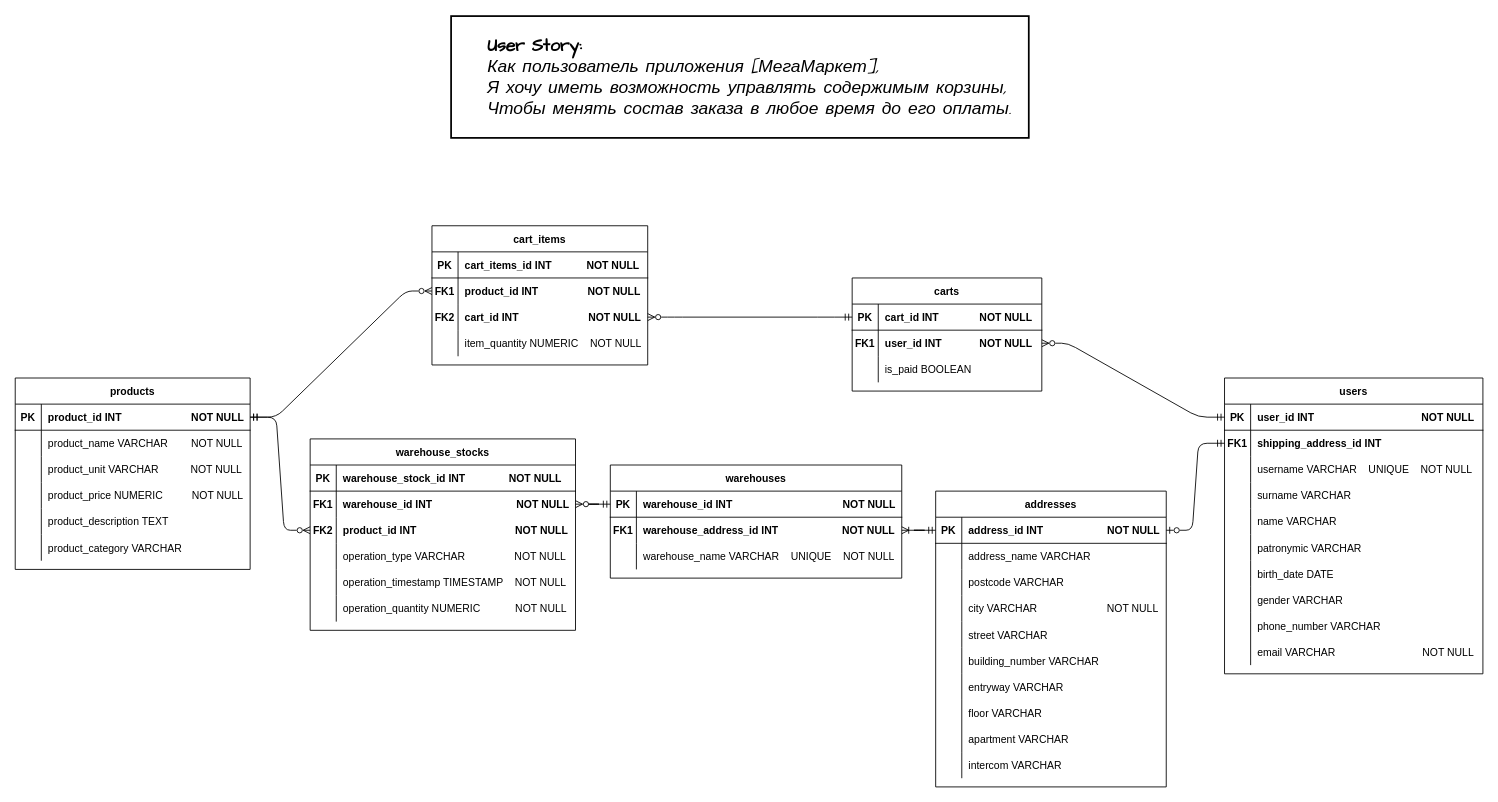
Earlier version of the draw.io diagram Ryabtsev_Alexander/Source/T07_ERD.drawio (abdullahproff/BSA21_1). Source tidied: cells renumbered, new cells numbered last; positions are measured from the earlier drawing's top-left corner, leaving out a move shared by most shapes. Both pictures are drawn from the tidied source at 87%, with x=0, y=0 at pixel (15, 16).
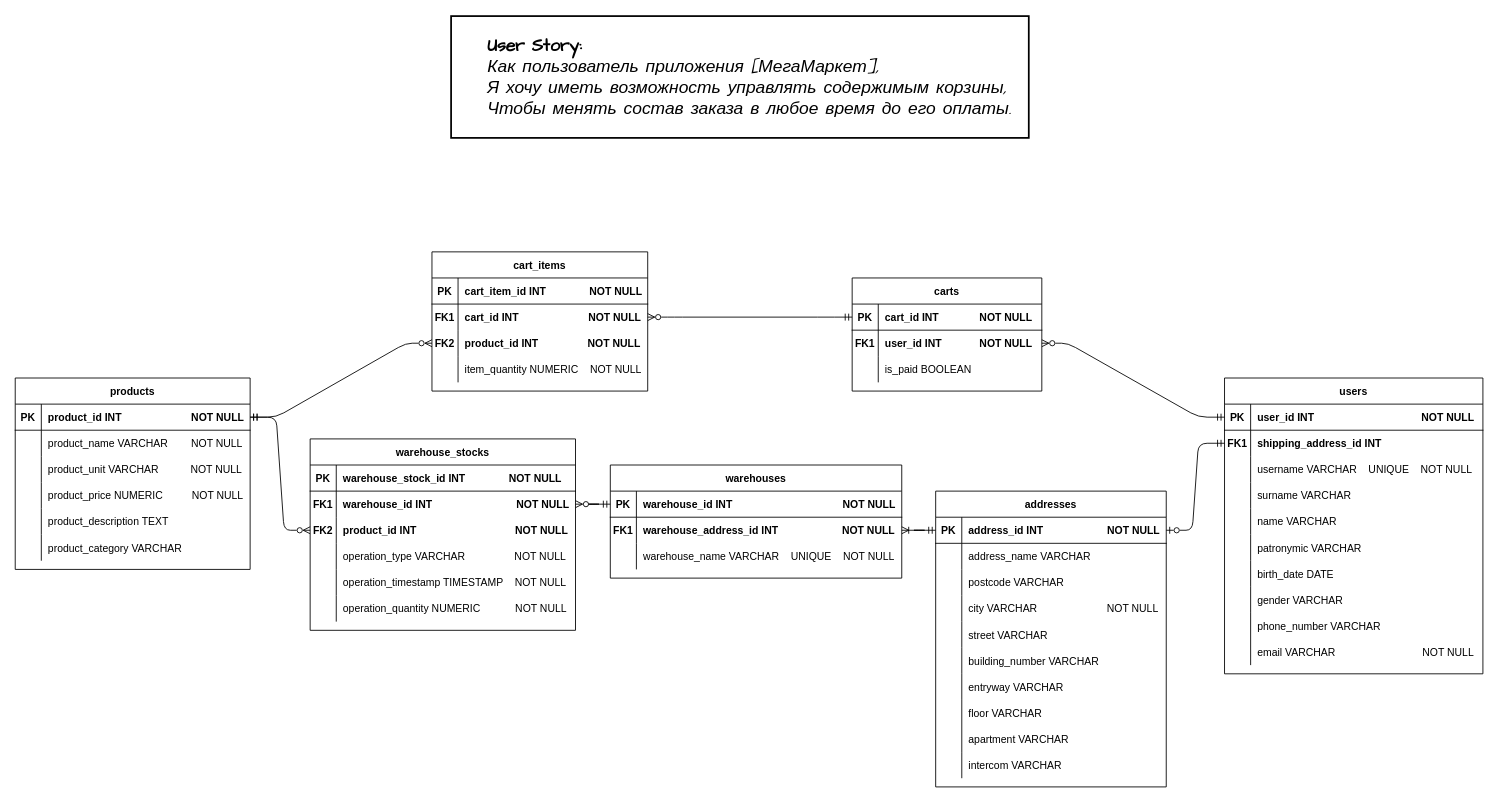
The same diagram, later.

Commit message:
This commit fixes some typos

Unchanged cells that the change refers to:
```xml
<mxCell id="4" style="shape=partialRectangle;fillColor=none;points=[[0,0.5],[1,0.5]];portConstraint=eastwest;top=0;left=0;right=0;bottom=1;" parent="3" vertex="1">
  <mxGeometry y="30" width="270" height="30" as="geometry" />
</mxCell>
<mxCell id="88" style="shape=partialRectangle;fillColor=none;top=0;left=0;right=0;bottom=1;" parent="87" vertex="1">
  <mxGeometry y="30" width="248" height="30" as="geometry" />
</mxCell>
<mxCell id="91" style="shape=partialRectangle;fillColor=none;points=[[0,0.5],[1,0.5]];portConstraint=eastwest;top=0;left=0;right=0;bottom=0;" parent="87" vertex="1">
  <mxGeometry y="60" width="248" height="30" as="geometry" />
</mxCell>
<mxCell id="94" style="shape=partialRectangle;fillColor=none;points=[[0,0.5],[1,0.5]];portConstraint=eastwest;top=0;left=0;right=0;bottom=0;" parent="87" vertex="1">
  <mxGeometry y="90" width="248" height="30" as="geometry" />
</mxCell>
<mxCell id="101" style="shape=partialRectangle;fillColor=none;points=[[0,0.5],[1,0.5]];portConstraint=eastwest;top=0;left=0;right=0;bottom=1;" parent="100" vertex="1">
  <mxGeometry y="30" width="218" height="30" as="geometry" />
</mxCell>
```

The edit, as a diff of the source:
```diff
@@
     <mxCell id="87" value="cart_items" style="shape=table;startSize=30;childLayout=tableLayout;rowLines=0;fontStyle=1;align=center;" parent="1" vertex="1">
-      <mxGeometry x="479" y="241" width="248" height="160" as="geometry" />
+      <mxGeometry x="479" y="271" width="248" height="160" as="geometry" />
     </mxCell>
@@
-    <mxCell id="90" value="cart_items_id INT            NOT NULL" style="shape=partialRectangle;overflow=hidden;fillColor=none;top=0;left=0;bottom=0;right=0;align=left;spacingLeft=6;fontStyle=1;" parent="88" vertex="1">
+    <mxCell id="90" value="cart_item_id INT               NOT NULL" style="shape=partialRectangle;overflow=hidden;fillColor=none;top=0;left=0;bottom=0;right=0;align=left;spacingLeft=6;fontStyle=1;" parent="88" vertex="1">
       <mxGeometry x="30" width="218" height="30" as="geometry" />
     </mxCell>
@@
-    <mxCell id="93" value="product_id INT                 NOT NULL" style="shape=partialRectangle;overflow=hidden;fillColor=none;top=0;left=0;bottom=0;right=0;align=left;spacingLeft=6;fontStyle=1;" parent="91" vertex="1">
+    <mxCell id="93" value="cart_id INT                        NOT NULL" style="shape=partialRectangle;overflow=hidden;fillColor=none;top=0;left=0;bottom=0;right=0;align=left;spacingLeft=6;fontStyle=1;" parent="91" vertex="1">
       <mxGeometry x="30" width="218" height="30" as="geometry" />
     </mxCell>
@@
-    <mxCell id="96" value="cart_id INT                        NOT NULL" style="shape=partialRectangle;overflow=hidden;fillColor=none;top=0;left=0;bottom=0;right=0;align=left;spacingLeft=6;fontStyle=1;" parent="94" vertex="1">
+    <mxCell id="96" value="product_id INT                 NOT NULL" style="shape=partialRectangle;overflow=hidden;fillColor=none;top=0;left=0;bottom=0;right=0;align=left;spacingLeft=6;fontStyle=1;" parent="94" vertex="1">
       <mxGeometry x="30" width="218" height="30" as="geometry" />
     </mxCell>
@@
-    <mxCell id="110" style="edgeStyle=entityRelationEdgeStyle;endArrow=ERzeroToMany;startArrow=ERmandOne;endFill=0;startFill=0;exitX=1;exitY=0.5;exitDx=0;exitDy=0;entryX=0;entryY=0.5;entryDx=0;entryDy=0;" parent="1" edge="1" source="4" target="91">
+    <mxCell id="110" style="edgeStyle=entityRelationEdgeStyle;endArrow=ERzeroToMany;startArrow=ERmandOne;endFill=0;startFill=0;exitX=1;exitY=0.5;exitDx=0;exitDy=0;entryX=0;entryY=0.5;entryDx=0;entryDy=0;" parent="1" edge="1" source="4" target="94">
       <mxGeometry relative="1" as="geometry" />
     </mxCell>
-    <mxCell id="111" style="edgeStyle=entityRelationEdgeStyle;endArrow=ERzeroToMany;startArrow=ERmandOne;endFill=0;startFill=0;exitX=0;exitY=0.5;exitDx=0;exitDy=0;entryX=1;entryY=0.5;entryDx=0;entryDy=0;" parent="1" edge="1" source="101" target="94">
+    <mxCell id="111" style="edgeStyle=entityRelationEdgeStyle;endArrow=ERzeroToMany;startArrow=ERmandOne;endFill=0;startFill=0;exitX=0;exitY=0.5;exitDx=0;exitDy=0;entryX=1;entryY=0.5;entryDx=0;entryDy=0;" parent="1" edge="1" source="101" target="91">
       <mxGeometry relative="1" as="geometry" />
     </mxCell>
```
